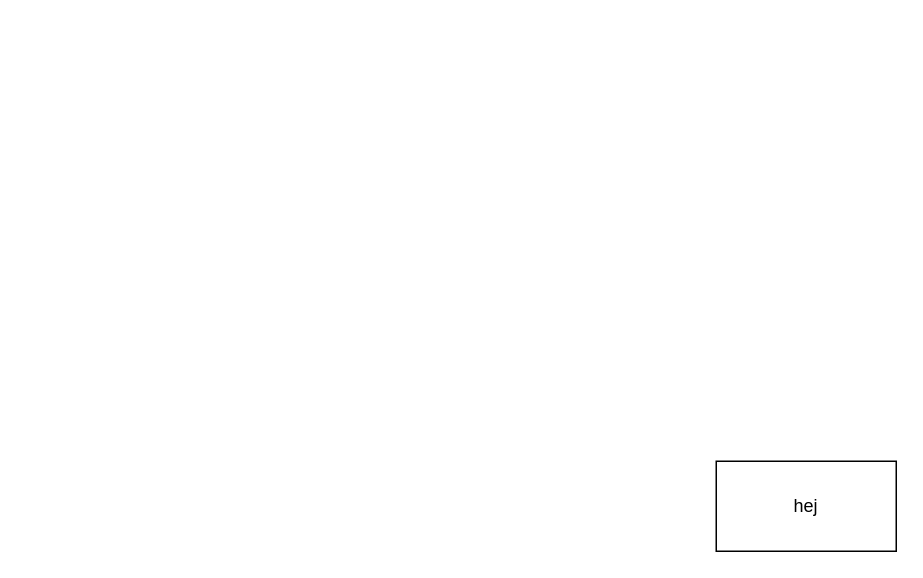
Earlier version of the draw.io diagram Diagrams/mindmap.drawio (johanbergfalk/DAT055_circles). Source tidied: cells renumbered, new cells numbered last; positions are measured from the earlier drawing's top-left corner, leaving out a move shared by most shapes. Both pictures are drawn from the tidied source at 150%, with x=0, y=0 at pixel (716, 460).
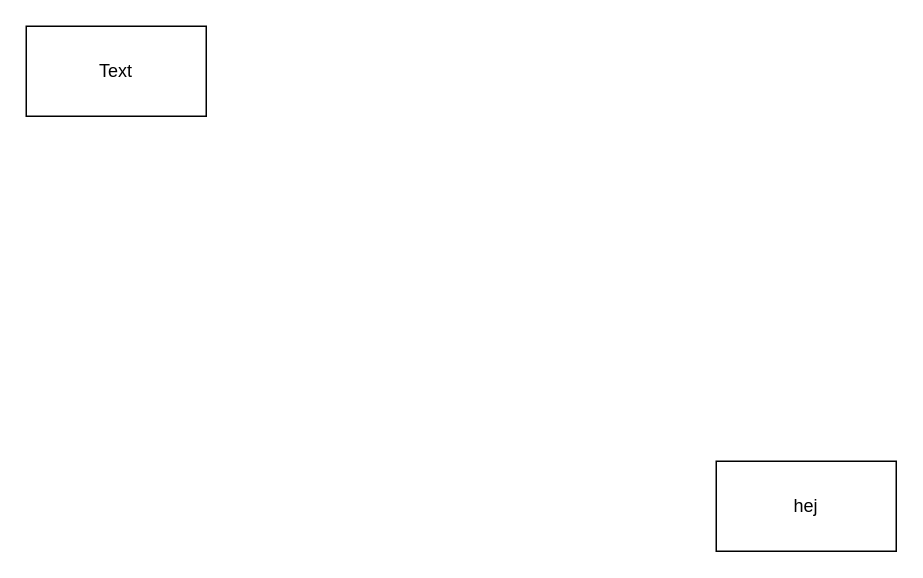
The same page after the edit.

Diff of the diagram source:
```diff
@@
 <mxGraphModel>
   <root>
     <mxCell id="0" />
     <mxCell id="1" parent="0" />
     <mxCell id="2" value="hej" style="rounded=0;whiteSpace=wrap;html=1;" parent="1" vertex="1">
       <mxGeometry width="120" height="60" as="geometry" />
     </mxCell>
+    <mxCell id="3" style="rounded=0;whiteSpace=wrap;html=1;" parent="1" vertex="1">
+      <mxGeometry x="-460" y="-290" width="120" height="60" as="geometry" />
+    </mxCell>
+    <mxCell id="4" value="Text" style="text;html=1;strokeColor=none;fillColor=none;align=center;verticalAlign=middle;whiteSpace=wrap;rounded=0;" parent="1" vertex="1">
+      <mxGeometry x="-440" y="-277.5" width="80" height="35" as="geometry" />
+    </mxCell>
   </root>
 </mxGraphModel>
```
